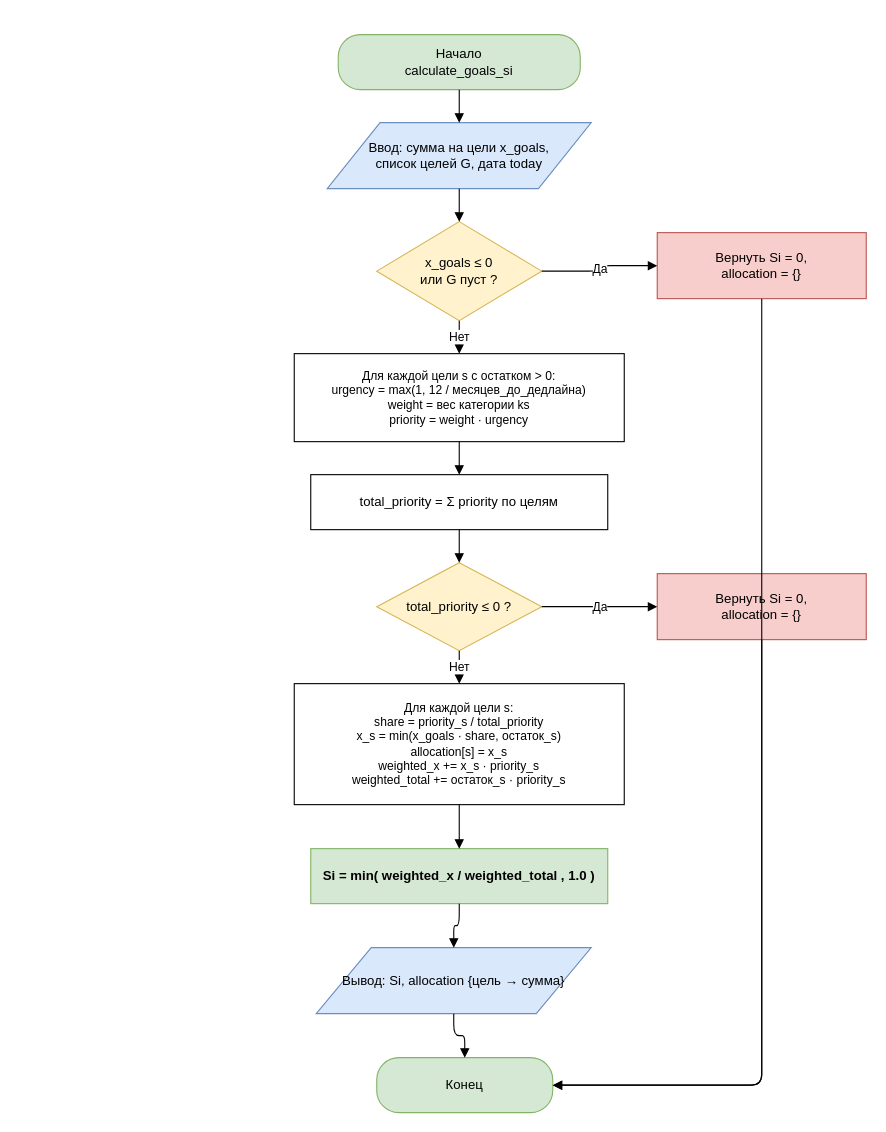
Before: page "Взвешенная обеспеченность Si (ГОСТ 19.701-90)" (3 of 29) of docs/diagrams/all_diagrams.drawio in vevdokimovm/personal-finance-dss, a draw.io diagram. Source tidied: cells renumbered, new cells numbered last; positions are measured from the earlier drawing's top-left corner, leaving out a move shared by most shapes. Both pictures are drawn from the tidied source at 110%, with x=0, y=0 at pixel (294, 34).
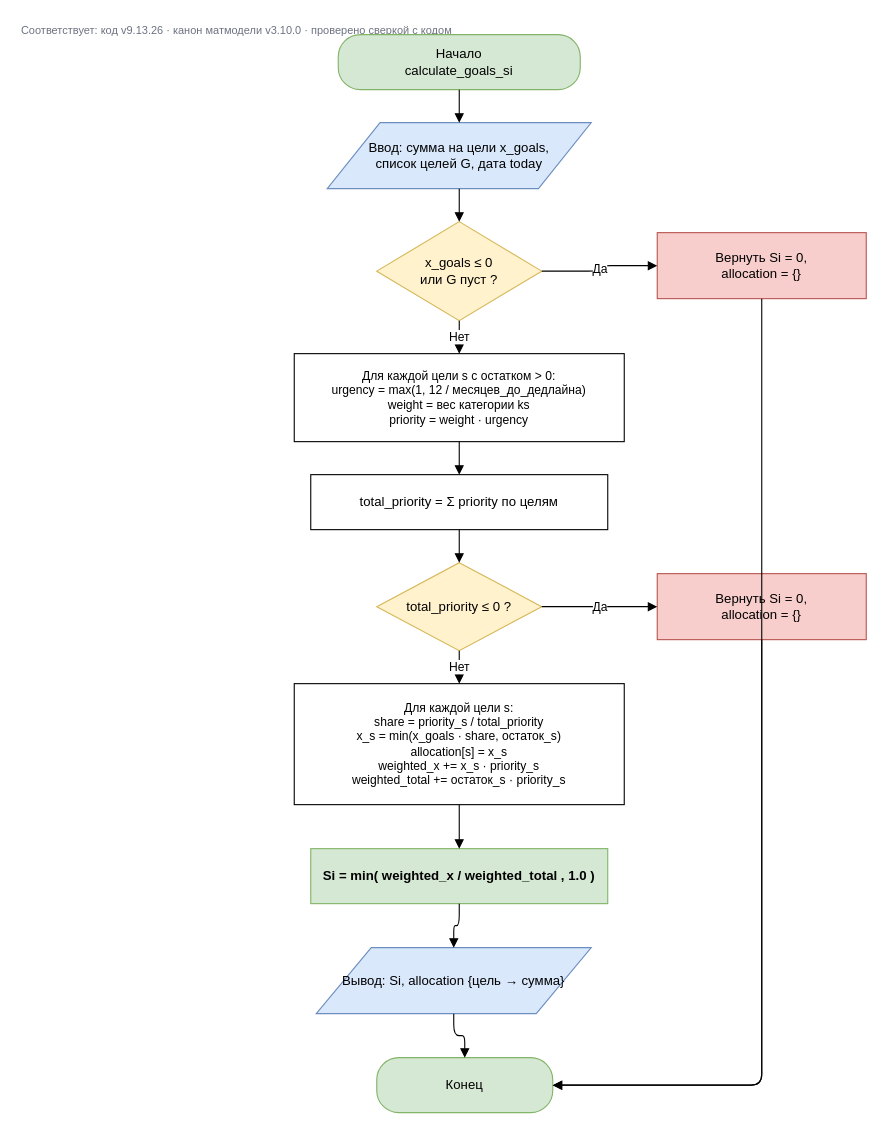
Above is the later version.

Diff of the diagram source:
```diff
@@
+    <mxCell id="27" value="Соответствует: код v9.13.26 · канон матмодели v3.10.0 · проверено сверкой с кодом" style="text;html=1;strokeColor=none;fillColor=none;align=left;verticalAlign=middle;fontSize=10;fontColor=#6b7280;" parent="1" vertex="1">
+      <mxGeometry x="-250" y="-14" width="520" height="20" as="geometry" />
+    </mxCell>
```
